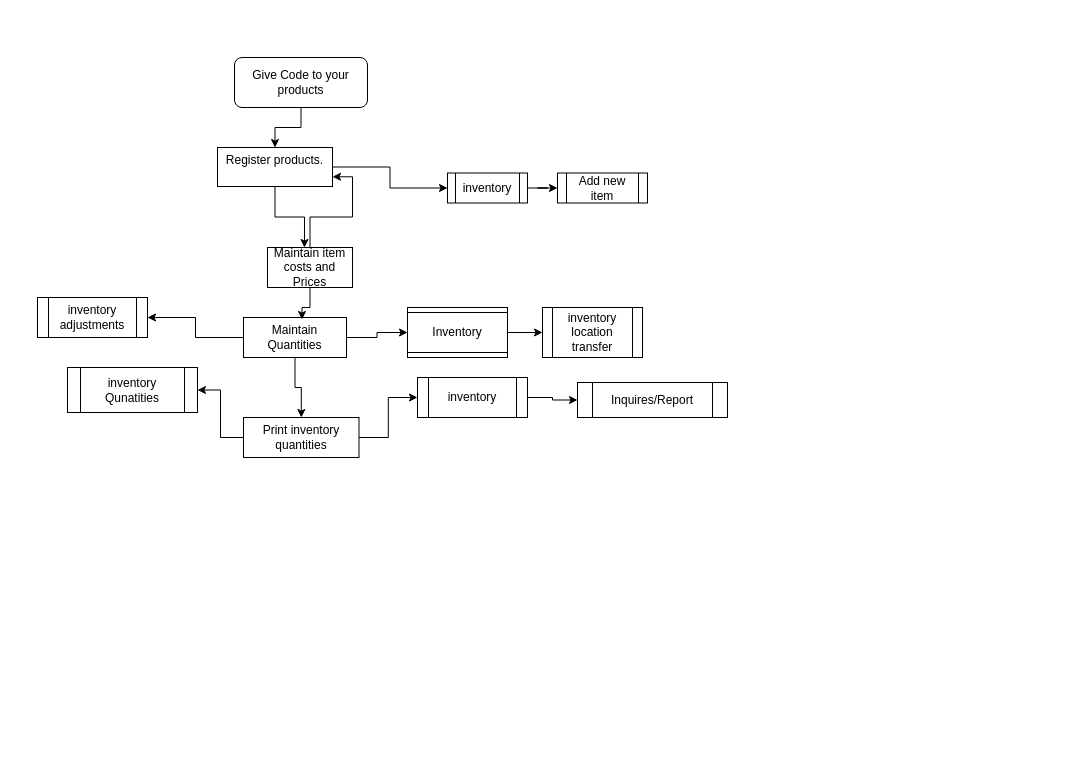
Above: Untitled Diagram.drawio in Julip20/Projzalongwa (draw.io), before the change. Source tidied: cells renumbered, new cells numbered last; positions are measured from the earlier drawing's top-left corner, leaving out a move shared by most shapes. Both pictures are drawn from the tidied source at 100%, with x=0, y=0 at pixel (37, 57).
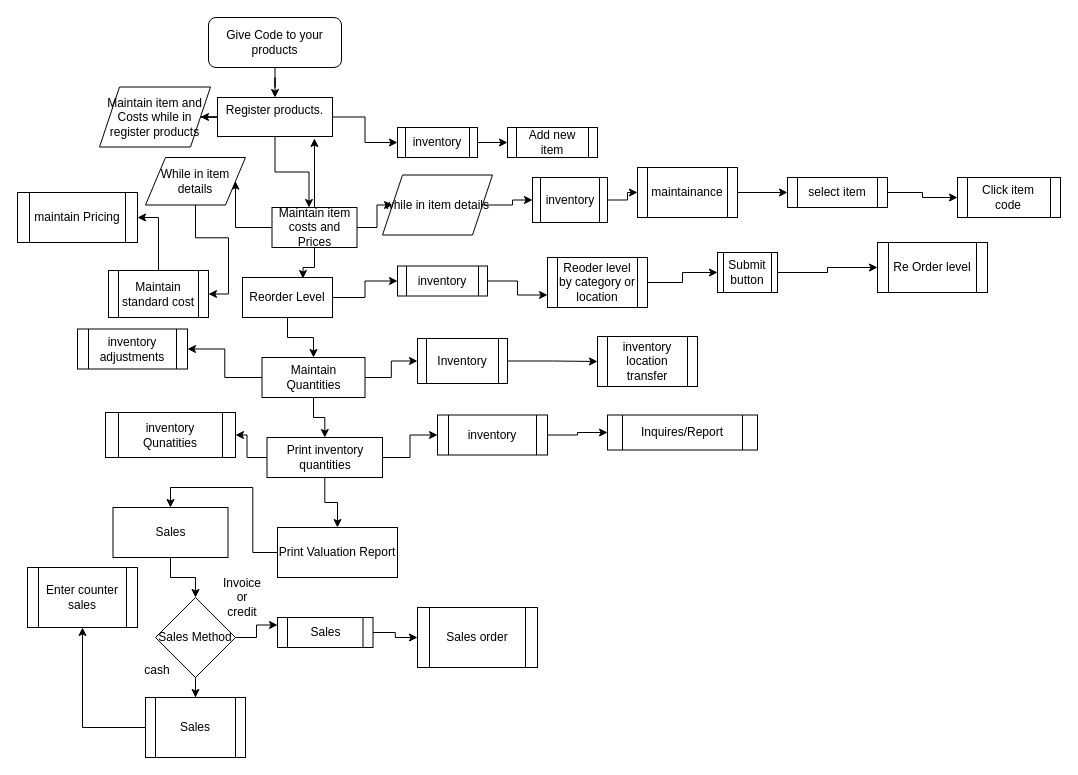
After the change.

The edit, as a diff of the source:
```diff
@@
     <mxCell id="3" value="Give Code to your products" style="rounded=1;whiteSpace=wrap;html=1;fontSize=12;glass=0;strokeWidth=1;shadow=0;" parent="1" vertex="1">
-      <mxGeometry x="197" width="133" height="50" as="geometry" />
+      <mxGeometry x="171" y="-40" width="133" height="50" as="geometry" />
     </mxCell>
@@
+    <mxCell id="28" style="edgeStyle=orthogonalEdgeStyle;rounded=0;jettySize=auto;html=1;entryX=1;entryY=0.5;entryDx=0;entryDy=0;" parent="1" edge="1" source="6" target="56">
+      <mxGeometry relative="1" as="geometry" />
+    </mxCell>
     <mxCell id="6" value="&lt;div&gt;Register products.&lt;/div&gt;&lt;div&gt;&lt;br&gt;&lt;/div&gt;" style="rounded=0;whiteSpace=wrap;html=1;strokeWidth=1;" parent="1" vertex="1">
-      <mxGeometry x="180" y="90" width="115" height="39" as="geometry" />
+      <mxGeometry x="180" y="40" width="115" height="39" as="geometry" />
     </mxCell>
@@
     <mxCell id="8" value="inventory" style="shape=process;whiteSpace=wrap;html=1;backgroundOutline=1;strokeWidth=1;" parent="1" vertex="1">
-      <mxGeometry x="410" y="115.5" width="80" height="30" as="geometry" />
+      <mxGeometry x="360" y="70" width="80" height="30" as="geometry" />
     </mxCell>
     <mxCell id="9" value="Add new item" style="shape=process;whiteSpace=wrap;html=1;backgroundOutline=1;strokeWidth=1;" parent="1" vertex="1">
-      <mxGeometry x="520" y="115.5" width="90" height="30" as="geometry" />
+      <mxGeometry x="470" y="70" width="90" height="30" as="geometry" />
     </mxCell>
@@
+    <mxCell id="12" style="edgeStyle=orthogonalEdgeStyle;rounded=0;jettySize=auto;html=1;" parent="1" edge="1" source="13" target="20">
+      <mxGeometry relative="1" as="geometry" />
+    </mxCell>
-    <mxCell id="11" style="edgeStyle=orthogonalEdgeStyle;rounded=0;jettySize=auto;html=1;entryX=0.5;entryY=1;entryDx=0;entryDy=0;" parent="1" edge="1" source="13" target="15">
+    <mxCell id="11" style="edgeStyle=orthogonalEdgeStyle;rounded=0;jettySize=auto;html=1;entryX=0;entryY=0.5;entryDx=0;entryDy=0;" parent="1" edge="1" source="13" target="15">
       <mxGeometry relative="1" as="geometry" />
     </mxCell>
-    <mxCell id="12" style="edgeStyle=orthogonalEdgeStyle;rounded=0;jettySize=auto;html=1;" parent="1" edge="1" source="13" target="20">
-      <mxGeometry relative="1" as="geometry" />
-    </mxCell>
     <mxCell id="13" value="Maintain Quantities" style="rounded=0;whiteSpace=wrap;html=1;strokeWidth=1;" parent="1" vertex="1">
-      <mxGeometry x="206" y="260" width="103" height="40" as="geometry" />
+      <mxGeometry x="224.5" y="300" width="103" height="40" as="geometry" />
     </mxCell>
-    <mxCell id="14" style="edgeStyle=orthogonalEdgeStyle;rounded=0;jettySize=auto;html=1;" parent="1" edge="1" source="15" target="16">
-      <mxGeometry relative="1" as="geometry" />
-    </mxCell>
-    <mxCell id="15" value="Inventory" style="shape=process;whiteSpace=wrap;html=1;backgroundOutline=1;strokeWidth=1;direction=south;" parent="1" vertex="1">
-      <mxGeometry x="370" y="250" width="100" height="50" as="geometry" />
-    </mxCell>
     <mxCell id="16" value="inventory location transfer" style="shape=process;whiteSpace=wrap;html=1;backgroundOutline=1;strokeWidth=1;" parent="1" vertex="1">
-      <mxGeometry x="505" y="250" width="100" height="50" as="geometry" />
+      <mxGeometry x="560" y="279" width="100" height="50" as="geometry" />
     </mxCell>
     <mxCell id="17" value="inventory adjustments" style="shape=process;whiteSpace=wrap;html=1;backgroundOutline=1;strokeWidth=1;" parent="1" vertex="1">
-      <mxGeometry y="240" width="110" height="40" as="geometry" />
+      <mxGeometry x="40" y="271.5" width="110" height="40" as="geometry" />
     </mxCell>
@@
+    <mxCell id="29" style="edgeStyle=orthogonalEdgeStyle;rounded=0;jettySize=auto;html=1;" parent="1" edge="1" source="20" target="34">
+      <mxGeometry relative="1" as="geometry" />
+    </mxCell>
     <mxCell id="20" value="Print inventory quantities" style="rounded=0;whiteSpace=wrap;html=1;strokeWidth=1;" parent="1" vertex="1">
-      <mxGeometry x="206" y="360" width="115.5" height="40" as="geometry" />
+      <mxGeometry x="229.5" y="380" width="115.5" height="40" as="geometry" />
     </mxCell>
@@
     <mxCell id="22" value="inventory" style="shape=process;whiteSpace=wrap;html=1;backgroundOutline=1;strokeWidth=1;" parent="1" vertex="1">
-      <mxGeometry x="380" y="320" width="110" height="40" as="geometry" />
+      <mxGeometry x="400" y="357.5" width="110" height="40" as="geometry" />
     </mxCell>
     <mxCell id="23" value="Inquires/Report" style="shape=process;whiteSpace=wrap;html=1;backgroundOutline=1;strokeWidth=1;" parent="1" vertex="1">
-      <mxGeometry x="540" y="325" width="150" height="35" as="geometry" />
+      <mxGeometry x="570" y="357.5" width="150" height="35" as="geometry" />
     </mxCell>
     <mxCell id="24" value="inventory Qunatities" style="shape=process;whiteSpace=wrap;html=1;backgroundOutline=1;strokeWidth=1;" parent="1" vertex="1">
-      <mxGeometry x="30" y="310" width="130" height="45" as="geometry" />
+      <mxGeometry x="68" y="355" width="130" height="45" as="geometry" />
     </mxCell>
-    <mxCell id="25" style="edgeStyle=orthogonalEdgeStyle;rounded=0;jettySize=auto;html=1;entryX=0.568;entryY=0.05;entryDx=0;entryDy=0;entryPerimeter=0;" parent="1" edge="1" source="27" target="13">
-      <mxGeometry relative="1" as="geometry" />
-    </mxCell>
+    <mxCell id="30" style="edgeStyle=orthogonalEdgeStyle;rounded=0;jettySize=auto;html=1;entryX=0.672;entryY=0.025;entryDx=0;entryDy=0;entryPerimeter=0;" parent="1" edge="1" source="27" target="48">
+      <mxGeometry relative="1" as="geometry" />
+    </mxCell>
-    <mxCell id="26" style="edgeStyle=orthogonalEdgeStyle;rounded=0;jettySize=auto;html=1;entryX=1;entryY=0.75;entryDx=0;entryDy=0;" parent="1" edge="1" source="27" target="6">
+    <mxCell id="26" style="edgeStyle=orthogonalEdgeStyle;rounded=0;jettySize=auto;html=1;entryX=0.843;entryY=1.051;entryDx=0;entryDy=0;entryPerimeter=0;" parent="1" edge="1" source="27" target="6">
       <mxGeometry relative="1" as="geometry" />
     </mxCell>
+    <mxCell id="31" style="edgeStyle=orthogonalEdgeStyle;rounded=0;jettySize=auto;html=1;" parent="1" edge="1" source="27" target="58">
+      <mxGeometry relative="1" as="geometry" />
+    </mxCell>
+    <mxCell id="32" style="edgeStyle=orthogonalEdgeStyle;rounded=0;jettySize=auto;html=1;entryX=1;entryY=0.5;entryDx=0;entryDy=0;" parent="1" edge="1" source="27" target="67">
+      <mxGeometry relative="1" as="geometry" />
+    </mxCell>
     <mxCell id="27" value="Maintain item costs and Prices" style="rounded=0;whiteSpace=wrap;html=1;strokeWidth=1;" parent="1" vertex="1">
-      <mxGeometry x="230" y="190" width="85" height="40" as="geometry" />
+      <mxGeometry x="234.5" y="150" width="85" height="40" as="geometry" />
     </mxCell>
+    <mxCell id="33" style="edgeStyle=orthogonalEdgeStyle;rounded=0;jettySize=auto;html=1;entryX=0.5;entryY=0;entryDx=0;entryDy=0;" parent="1" edge="1" source="34" target="36">
+      <mxGeometry relative="1" as="geometry" />
+    </mxCell>
+    <mxCell id="34" value="Print Valuation Report" style="rounded=0;whiteSpace=wrap;html=1;strokeWidth=1;" parent="1" vertex="1">
+      <mxGeometry x="240" y="470" width="120" height="50" as="geometry" />
+    </mxCell>
+    <mxCell id="35" style="edgeStyle=orthogonalEdgeStyle;rounded=0;jettySize=auto;html=1;" parent="1" edge="1" source="36" target="39">
+      <mxGeometry relative="1" as="geometry" />
+    </mxCell>
+    <mxCell id="36" value="Sales" style="rounded=0;whiteSpace=wrap;html=1;strokeWidth=1;" parent="1" vertex="1">
+      <mxGeometry x="75.5" y="450" width="115" height="50" as="geometry" />
+    </mxCell>
+    <mxCell id="37" style="edgeStyle=orthogonalEdgeStyle;rounded=0;jettySize=auto;html=1;entryX=0;entryY=0.25;entryDx=0;entryDy=0;" parent="1" edge="1" source="39" target="41">
+      <mxGeometry relative="1" as="geometry" />
+    </mxCell>
+    <mxCell id="38" style="edgeStyle=orthogonalEdgeStyle;rounded=0;jettySize=auto;html=1;entryX=0.5;entryY=0;entryDx=0;entryDy=0;" parent="1" edge="1" source="39" target="44">
+      <mxGeometry relative="1" as="geometry" />
+    </mxCell>
+    <mxCell id="39" value="Sales Method" style="rhombus;whiteSpace=wrap;html=1;strokeWidth=1;" parent="1" vertex="1">
+      <mxGeometry x="118" y="540" width="80" height="80" as="geometry" />
+    </mxCell>
+    <mxCell id="40" style="edgeStyle=orthogonalEdgeStyle;rounded=0;jettySize=auto;html=1;entryX=0;entryY=0.5;entryDx=0;entryDy=0;" parent="1" edge="1" source="41" target="42">
+      <mxGeometry relative="1" as="geometry" />
+    </mxCell>
+    <mxCell id="41" value="Sales" style="shape=process;whiteSpace=wrap;html=1;backgroundOutline=1;strokeWidth=1;" parent="1" vertex="1">
+      <mxGeometry x="240" y="560" width="95.5" height="30" as="geometry" />
+    </mxCell>
+    <mxCell id="42" value="Sales order" style="shape=process;whiteSpace=wrap;html=1;backgroundOutline=1;strokeWidth=1;" parent="1" vertex="1">
+      <mxGeometry x="380" y="550" width="120" height="60" as="geometry" />
+    </mxCell>
+    <mxCell id="43" style="edgeStyle=orthogonalEdgeStyle;rounded=0;jettySize=auto;html=1;" parent="1" edge="1" source="44" target="45">
+      <mxGeometry relative="1" as="geometry" />
+    </mxCell>
+    <mxCell id="44" value="Sales" style="shape=process;whiteSpace=wrap;html=1;backgroundOutline=1;strokeWidth=1;" parent="1" vertex="1">
+      <mxGeometry x="108" y="640" width="100" height="60" as="geometry" />
+    </mxCell>
+    <mxCell id="45" value="Enter counter sales" style="shape=process;whiteSpace=wrap;html=1;backgroundOutline=1;strokeWidth=1;" parent="1" vertex="1">
+      <mxGeometry x="-10" y="510" width="110" height="60" as="geometry" />
+    </mxCell>
+    <mxCell id="46" style="edgeStyle=orthogonalEdgeStyle;rounded=0;jettySize=auto;html=1;" parent="1" edge="1" source="48" target="50">
+      <mxGeometry relative="1" as="geometry" />
+    </mxCell>
+    <mxCell id="47" style="edgeStyle=orthogonalEdgeStyle;rounded=0;jettySize=auto;html=1;" parent="1" edge="1" source="48" target="13">
+      <mxGeometry relative="1" as="geometry" />
+    </mxCell>
+    <mxCell id="48" value="Reorder Level" style="rounded=0;whiteSpace=wrap;html=1;strokeWidth=1;" parent="1" vertex="1">
+      <mxGeometry x="205" y="220" width="90" height="40" as="geometry" />
+    </mxCell>
+    <mxCell id="49" style="edgeStyle=orthogonalEdgeStyle;rounded=0;jettySize=auto;html=1;entryX=0;entryY=0.75;entryDx=0;entryDy=0;" parent="1" edge="1" source="50" target="52">
+      <mxGeometry relative="1" as="geometry" />
+    </mxCell>
+    <mxCell id="50" value="inventory" style="shape=process;whiteSpace=wrap;html=1;backgroundOutline=1;strokeWidth=1;" parent="1" vertex="1">
+      <mxGeometry x="360" y="208.5" width="90" height="30" as="geometry" />
+    </mxCell>
+    <mxCell id="51" style="edgeStyle=orthogonalEdgeStyle;rounded=0;jettySize=auto;html=1;exitX=1;exitY=0.5;exitDx=0;exitDy=0;entryX=0;entryY=0.5;entryDx=0;entryDy=0;" parent="1" edge="1" source="52" target="54">
+      <mxGeometry relative="1" as="geometry" />
+    </mxCell>
+    <mxCell id="52" value="Reoder level by category or location" style="shape=process;whiteSpace=wrap;html=1;backgroundOutline=1;strokeWidth=1;" parent="1" vertex="1">
+      <mxGeometry x="510" y="200" width="100" height="50" as="geometry" />
+    </mxCell>
+    <mxCell id="53" style="edgeStyle=orthogonalEdgeStyle;rounded=0;jettySize=auto;html=1;" parent="1" edge="1" source="54" target="55">
+      <mxGeometry relative="1" as="geometry" />
+    </mxCell>
+    <mxCell id="54" value="&lt;div&gt;Submit&lt;/div&gt;&lt;div&gt;button&lt;br&gt;&lt;/div&gt;" style="shape=process;whiteSpace=wrap;html=1;backgroundOutline=1;strokeWidth=1;" parent="1" vertex="1">
+      <mxGeometry x="680" y="195" width="60" height="40" as="geometry" />
+    </mxCell>
+    <mxCell id="55" value="Re Order level" style="shape=process;whiteSpace=wrap;html=1;backgroundOutline=1;strokeWidth=1;" parent="1" vertex="1">
+      <mxGeometry x="840" y="185" width="110" height="50" as="geometry" />
+    </mxCell>
+    <mxCell id="56" value="Maintain item and Costs while in register products" style="shape=parallelogram;perimeter=parallelogramPerimeter;whiteSpace=wrap;html=1;fixedSize=1;strokeWidth=1;" parent="1" vertex="1">
+      <mxGeometry x="62" y="29.5" width="111" height="60" as="geometry" />
+    </mxCell>
+    <mxCell id="57" style="edgeStyle=orthogonalEdgeStyle;rounded=0;jettySize=auto;html=1;" parent="1" edge="1" source="58" target="60">
+      <mxGeometry relative="1" as="geometry" />
+    </mxCell>
+    <mxCell id="58" value="while in item details" style="shape=parallelogram;perimeter=parallelogramPerimeter;whiteSpace=wrap;html=1;fixedSize=1;strokeWidth=1;" parent="1" vertex="1">
+      <mxGeometry x="345" y="117.5" width="110" height="60" as="geometry" />
+    </mxCell>
+    <mxCell id="59" style="edgeStyle=orthogonalEdgeStyle;rounded=0;jettySize=auto;html=1;entryX=0;entryY=0.5;entryDx=0;entryDy=0;" parent="1" edge="1" source="60" target="62">
+      <mxGeometry relative="1" as="geometry" />
+    </mxCell>
+    <mxCell id="60" value="inventory" style="shape=process;whiteSpace=wrap;html=1;backgroundOutline=1;strokeWidth=1;" parent="1" vertex="1">
+      <mxGeometry x="495" y="120" width="75" height="45" as="geometry" />
+    </mxCell>
+    <mxCell id="61" style="edgeStyle=orthogonalEdgeStyle;rounded=0;jettySize=auto;html=1;" parent="1" edge="1" source="62" target="64">
+      <mxGeometry relative="1" as="geometry" />
+    </mxCell>
+    <mxCell id="62" value="maintainance" style="shape=process;whiteSpace=wrap;html=1;backgroundOutline=1;strokeWidth=1;" parent="1" vertex="1">
+      <mxGeometry x="600" y="110" width="100" height="50" as="geometry" />
+    </mxCell>
+    <mxCell id="63" style="edgeStyle=orthogonalEdgeStyle;rounded=0;jettySize=auto;html=1;" parent="1" edge="1" source="64" target="65">
+      <mxGeometry relative="1" as="geometry" />
+    </mxCell>
+    <mxCell id="64" value="select item" style="shape=process;whiteSpace=wrap;html=1;backgroundOutline=1;strokeWidth=1;" parent="1" vertex="1">
+      <mxGeometry x="750" y="120" width="100" height="30" as="geometry" />
+    </mxCell>
+    <mxCell id="65" value="Click item code" style="shape=process;whiteSpace=wrap;html=1;backgroundOutline=1;strokeWidth=1;" parent="1" vertex="1">
+      <mxGeometry x="920" y="120" width="103" height="40" as="geometry" />
+    </mxCell>
+    <mxCell id="66" style="edgeStyle=orthogonalEdgeStyle;rounded=0;jettySize=auto;html=1;entryX=1;entryY=0.5;entryDx=0;entryDy=0;" parent="1" edge="1" source="67" target="69">
+      <mxGeometry relative="1" as="geometry" />
+    </mxCell>
+    <mxCell id="67" value="While in item details" style="shape=parallelogram;perimeter=parallelogramPerimeter;whiteSpace=wrap;html=1;fixedSize=1;strokeWidth=1;" parent="1" vertex="1">
+      <mxGeometry x="108" y="100" width="100" height="47.5" as="geometry" />
+    </mxCell>
+    <mxCell id="68" style="edgeStyle=orthogonalEdgeStyle;rounded=0;jettySize=auto;html=1;entryX=1;entryY=0.5;entryDx=0;entryDy=0;" parent="1" edge="1" source="69" target="70">
+      <mxGeometry relative="1" as="geometry" />
+    </mxCell>
+    <mxCell id="69" value="Maintain standard cost" style="shape=process;whiteSpace=wrap;html=1;backgroundOutline=1;strokeWidth=1;" parent="1" vertex="1">
+      <mxGeometry x="71" y="213" width="100" height="47" as="geometry" />
+    </mxCell>
+    <mxCell id="70" value="maintain Pricing" style="shape=process;whiteSpace=wrap;html=1;backgroundOutline=1;strokeWidth=1;" parent="1" vertex="1">
+      <mxGeometry x="-20" y="135" width="120" height="50" as="geometry" />
+    </mxCell>
+    <mxCell id="14" style="edgeStyle=orthogonalEdgeStyle;rounded=0;jettySize=auto;html=1;entryX=0;entryY=0.5;entryDx=0;entryDy=0;" parent="1" edge="1" source="15" target="16">
+      <mxGeometry relative="1" as="geometry" />
+    </mxCell>
+    <mxCell id="15" value="Inventory" style="shape=process;whiteSpace=wrap;html=1;backgroundOutline=1;strokeWidth=1;" parent="1" vertex="1">
+      <mxGeometry x="380" y="281" width="90" height="45" as="geometry" />
+    </mxCell>
+    <mxCell id="71" value="Invoice or credit" style="text;html=1;strokeColor=none;fillColor=none;align=center;verticalAlign=middle;whiteSpace=wrap;rounded=0;" parent="1" vertex="1">
+      <mxGeometry x="185" y="530" width="40" height="20" as="geometry" />
+    </mxCell>
+    <mxCell id="72" value="&lt;div&gt;cash&lt;/div&gt;&lt;div&gt;&lt;br&gt;&lt;/div&gt;" style="text;html=1;strokeColor=none;fillColor=none;align=center;verticalAlign=middle;whiteSpace=wrap;rounded=0;" parent="1" vertex="1">
+      <mxGeometry x="100" y="610" width="40" height="20" as="geometry" />
+    </mxCell>
```
